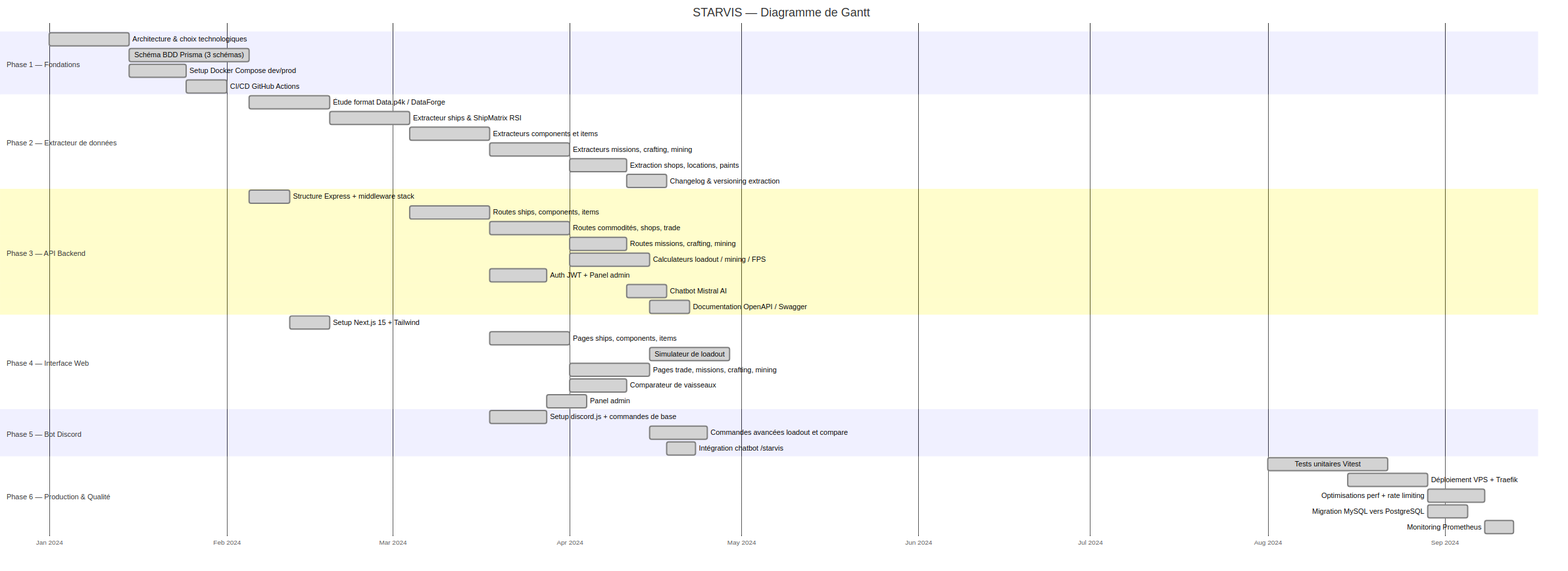
Before: docs/diagrams/07_gantt.png, a diagram exported from Mermaid (ampynjord/starvis). Its source is kept beside it as docs/diagrams/07_gantt.mmd. Its diagram source:
```mermaid
---
title: STARVIS — Diagramme de Gantt
---
gantt
    dateFormat  YYYY-MM-DD
    axisFormat  %b %Y

    section Phase 1 — Fondations
    Architecture & choix technologiques       :done, arch,   2024-01-01, 14d
    Schéma BDD Prisma (3 schémas)             :done, db,     after arch,  21d
    Setup Docker Compose dev/prod             :done, docker, after arch,  10d
    CI/CD GitHub Actions                      :done, cicd,   after docker, 7d

    section Phase 2 — Extracteur de données
    Étude format Data.p4k / DataForge         :done, p4k,  after db,   14d
    Extracteur ships & ShipMatrix RSI         :done, ext1, after p4k,  14d
    Extracteurs components et items           :done, ext2, after ext1, 14d
    Extracteurs missions, crafting, mining    :done, ext3, after ext2, 14d
    Extraction shops, locations, paints       :done, ext4, after ext3, 10d
    Changelog & versioning extraction         :done, chg,  after ext4,  7d

    section Phase 3 — API Backend
    Structure Express + middleware stack      :done, api1, after db,   7d
    Routes ships, components, items           :done, api2, after ext1, 14d
    Routes commodités, shops, trade           :done, api3, after ext2, 14d
    Routes missions, crafting, mining         :done, api4, after ext3, 10d
    Calculateurs loadout / mining / FPS       :done, api5, after api3, 14d
    Auth JWT + Panel admin                    :done, auth, after api2, 10d
    Chatbot Mistral AI                        :done, chat, after api4,  7d
    Documentation OpenAPI / Swagger           :done, swag, after api5,  7d

    section Phase 4 — Interface Web
    Setup Next.js 15 + Tailwind               :done, ihm1, after api1,  7d
    Pages ships, components, items            :done, ihm2, after api2, 14d
    Simulateur de loadout                     :done, ihm3, after api5, 14d
    Pages trade, missions, crafting, mining   :done, ihm4, after api3, 14d
    Comparateur de vaisseaux                  :done, ihm5, after ihm2, 10d
    Panel admin                               :done, ihm6, after auth,  7d

    section Phase 5 — Bot Discord
    Setup discord.js + commandes de base      :done, bot1, after api2, 10d
    Commandes avancées loadout et compare     :done, bot2, after api5, 10d
    Intégration chatbot /starvis              :done, bot3, after chat,  5d

    section Phase 6 — Production & Qualité
    Tests unitaires Vitest                    :done, tests,   2024-08-01, 21d
    Déploiement VPS + Traefik                 :done, deploy,  2024-08-15, 14d
    Optimisations perf + rate limiting        :done, perf,    after deploy, 10d
    Migration MySQL vers PostgreSQL           :done, migrate, after deploy,  7d
    Monitoring Prometheus                     :done, monit,   after perf,   5d
```
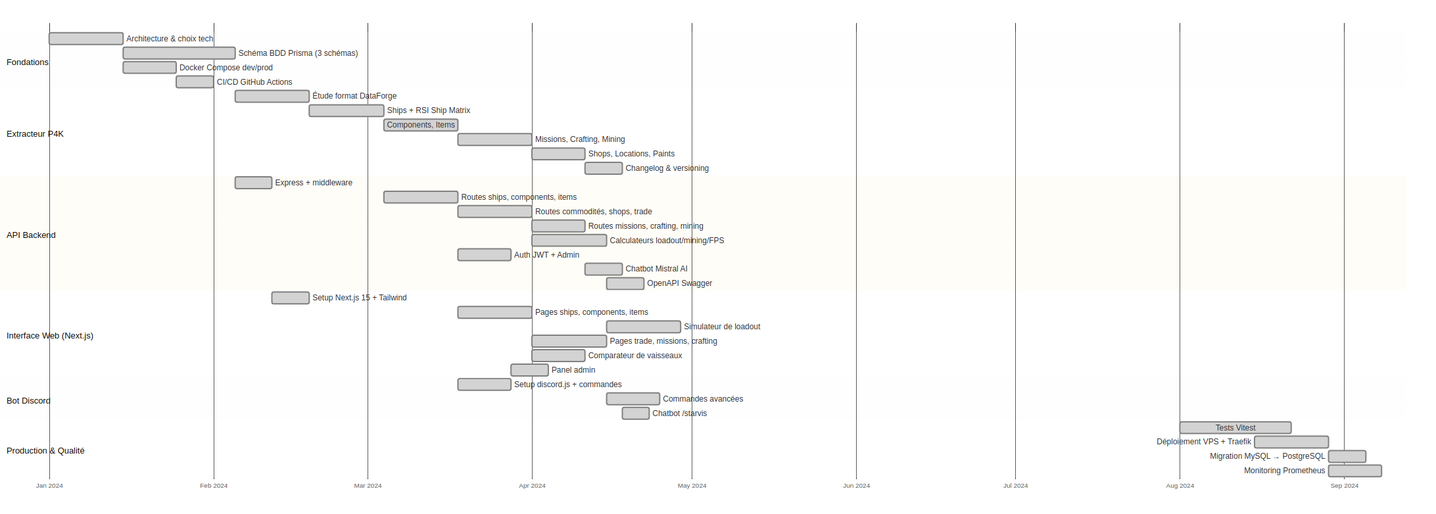
Above is the later version.

What changed in the source:
```diff
@@ -1,50 +1,47 @@
----
-title: STARVIS — Diagramme de Gantt
----
+%%{init: {'theme': 'base', 'themeVariables': {'fontSize': '12px', 'fontFamily': 'Arial'}, 'gantt': {'useMaxWidth': true, 'barHeight': 18, 'fontSize': 12, 'sectionFontSize': 13}}}%%
 gantt
     dateFormat  YYYY-MM-DD
     axisFormat  %b %Y
 
-    section Phase 1 — Fondations
-    Architecture & choix technologiques       :done, arch,   2024-01-01, 14d
-    Schéma BDD Prisma (3 schémas)             :done, db,     after arch,  21d
-    Setup Docker Compose dev/prod             :done, docker, after arch,  10d
-    CI/CD GitHub Actions                      :done, cicd,   after docker, 7d
+    section Fondations
+    Architecture & choix tech         :done, arch,   2024-01-01, 14d
+    Schéma BDD Prisma (3 schémas)     :done, db,     after arch,  21d
+    Docker Compose dev/prod            :done, docker, after arch,  10d
+    CI/CD GitHub Actions               :done, cicd,   after docker, 7d
 
-    section Phase 2 — Extracteur de données
-    Étude format Data.p4k / DataForge         :done, p4k,  after db,   14d
-    Extracteur ships & ShipMatrix RSI         :done, ext1, after p4k,  14d
-    Extracteurs components et items           :done, ext2, after ext1, 14d
-    Extracteurs missions, crafting, mining    :done, ext3, after ext2, 14d
-    Extraction shops, locations, paints       :done, ext4, after ext3, 10d
-    Changelog & versioning extraction         :done, chg,  after ext4,  7d
+    section Extracteur P4K
+    Étude format DataForge             :done, p4k,  after db,   14d
+    Ships + RSI Ship Matrix            :done, ext1, after p4k,  14d
+    Components, Items                  :done, ext2, after ext1, 14d
+    Missions, Crafting, Mining         :done, ext3, after ext2, 14d
+    Shops, Locations, Paints           :done, ext4, after ext3, 10d
+    Changelog & versioning             :done, chg,  after ext4,  7d
 
-    section Phase 3 — API Backend
-    Structure Express + middleware stack      :done, api1, after db,   7d
-    Routes ships, components, items           :done, api2, after ext1, 14d
-    Routes commodités, shops, trade           :done, api3, after ext2, 14d
-    Routes missions, crafting, mining         :done, api4, after ext3, 10d
-    Calculateurs loadout / mining / FPS       :done, api5, after api3, 14d
-    Auth JWT + Panel admin                    :done, auth, after api2, 10d
-    Chatbot Mistral AI                        :done, chat, after api4,  7d
-    Documentation OpenAPI / Swagger           :done, swag, after api5,  7d
+    section API Backend
+    Express + middleware               :done, api1, after db,   7d
+    Routes ships, components, items    :done, api2, after ext1, 14d
+    Routes commodités, shops, trade    :done, api3, after ext2, 14d
+    Routes missions, crafting, mining  :done, api4, after ext3, 10d
+    Calculateurs loadout/mining/FPS    :done, api5, after api3, 14d
+    Auth JWT + Admin                   :done, auth, after api2, 10d
+    Chatbot Mistral AI                 :done, chat, after api4,  7d
+    OpenAPI Swagger                    :done, swag, after api5,  7d
 
-    section Phase 4 — Interface Web
-    Setup Next.js 15 + Tailwind               :done, ihm1, after api1,  7d
-    Pages ships, components, items            :done, ihm2, after api2, 14d
-    Simulateur de loadout                     :done, ihm3, after api5, 14d
-    Pages trade, missions, crafting, mining   :done, ihm4, after api3, 14d
-    Comparateur de vaisseaux                  :done, ihm5, after ihm2, 10d
-    Panel admin                               :done, ihm6, after auth,  7d
+    section Interface Web (Next.js)
+    Setup Next.js 15 + Tailwind        :done, ihm1, after api1,  7d
+    Pages ships, components, items     :done, ihm2, after api2, 14d
+    Simulateur de loadout              :done, ihm3, after api5, 14d
+    Pages trade, missions, crafting    :done, ihm4, after api3, 14d
+    Comparateur de vaisseaux           :done, ihm5, after ihm2, 10d
+    Panel admin                        :done, ihm6, after auth,  7d
 
-    section Phase 5 — Bot Discord
-    Setup discord.js + commandes de base      :done, bot1, after api2, 10d
-    Commandes avancées loadout et compare     :done, bot2, after api5, 10d
-    Intégration chatbot /starvis              :done, bot3, after chat,  5d
+    section Bot Discord
+    Setup discord.js + commandes       :done, bot1, after api2, 10d
+    Commandes avancées                 :done, bot2, after api5, 10d
+    Chatbot /starvis                   :done, bot3, after chat,  5d
 
-    section Phase 6 — Production & Qualité
-    Tests unitaires Vitest                    :done, tests,   2024-08-01, 21d
-    Déploiement VPS + Traefik                 :done, deploy,  2024-08-15, 14d
-    Optimisations perf + rate limiting        :done, perf,    after deploy, 10d
-    Migration MySQL vers PostgreSQL           :done, migrate, after deploy,  7d
-    Monitoring Prometheus                     :done, monit,   after perf,   5d
+    section Production & Qualité
+    Tests Vitest                       :done, tests,  2024-08-01, 21d
+    Déploiement VPS + Traefik          :done, dep,    2024-08-15, 14d
+    Migration MySQL → PostgreSQL       :done, mig,    after dep,   7d
+    Monitoring Prometheus              :done, mon,    after dep,  10d
```
